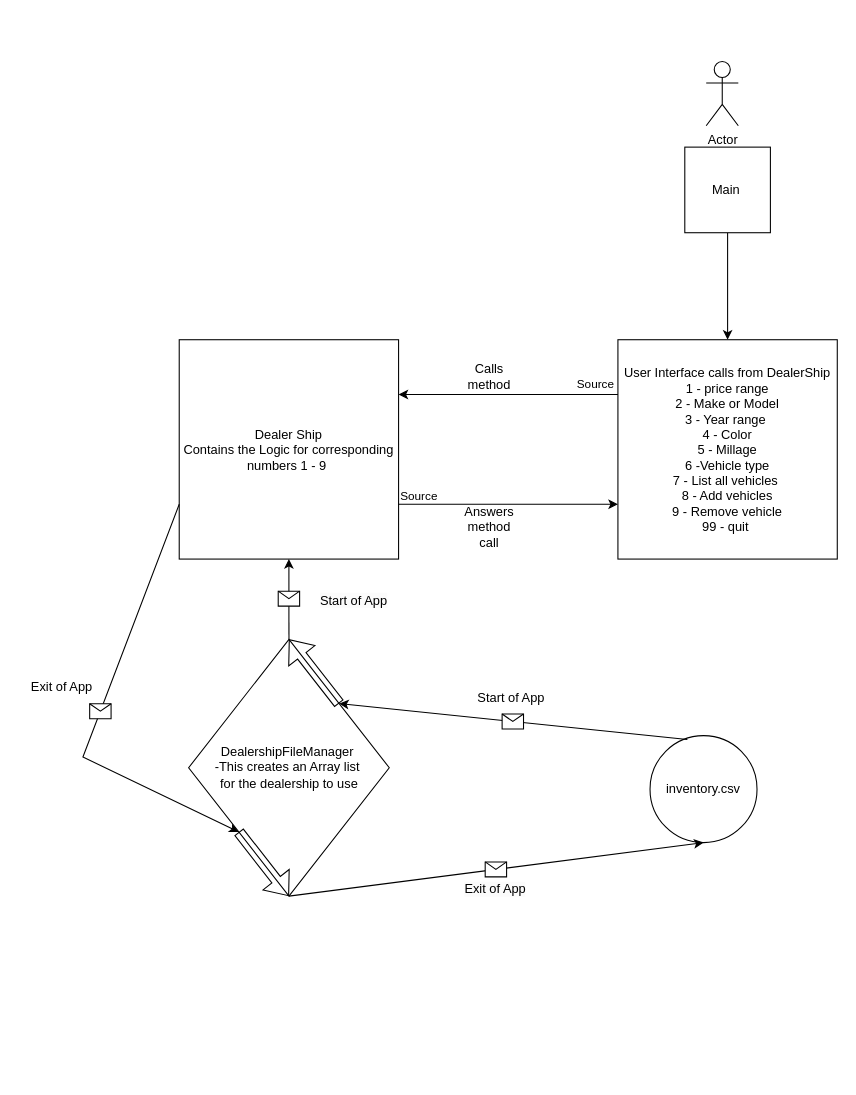
Earlier version of the draw.io diagram Untitled Diagram.drawio (JulianRG4/CarDealerShip). Source tidied: cells renumbered, new cells numbered last; positions are measured from the earlier drawing's top-left corner, leaving out a move shared by most shapes. Both pictures are drawn from the tidied source at 107%, with x=0, y=0 at pixel (18, 61).
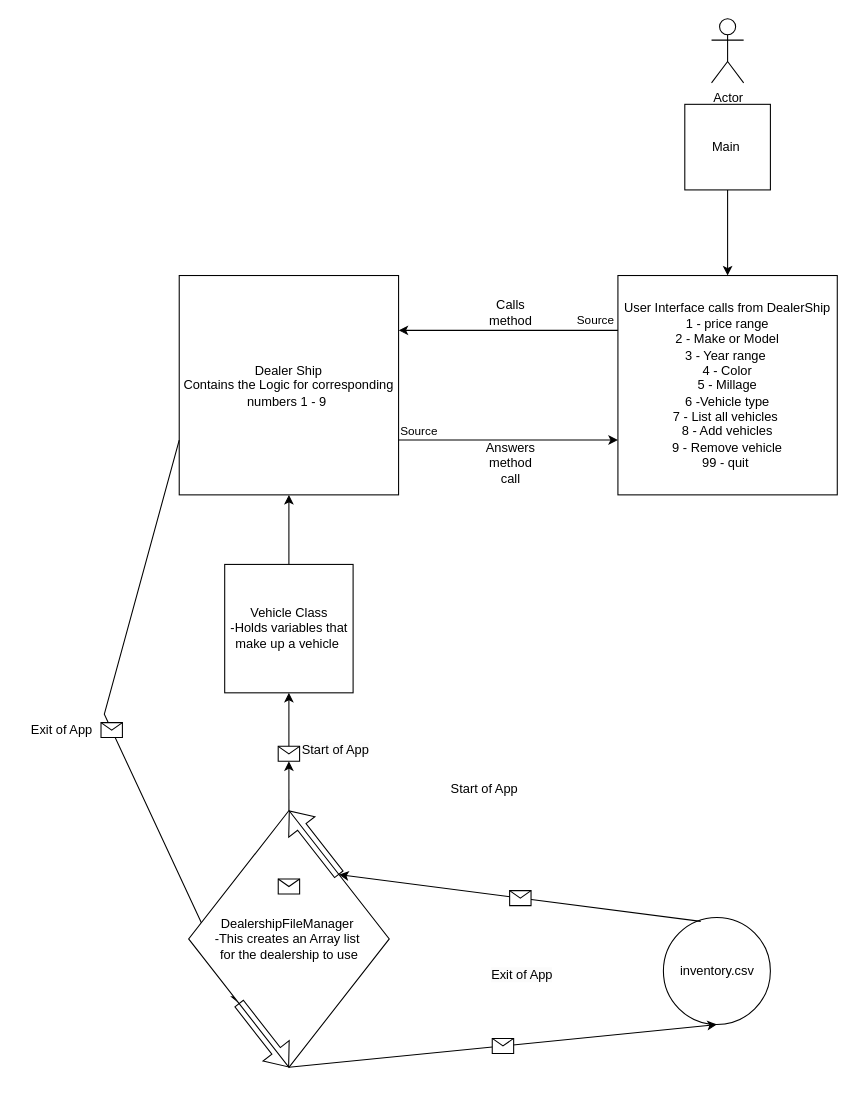
The same diagram, later.

The edit, as a diff of the source:
```diff
@@
     <mxCell id="3" value="Main&amp;nbsp;" style="whiteSpace=wrap;html=1;" parent="1" vertex="1">
-      <mxGeometry x="622.5" y="80" width="80" height="80" as="geometry" />
+      <mxGeometry x="622.5" y="40" width="80" height="80" as="geometry" />
     </mxCell>
     <mxCell id="4" value="User Interface calls from DealerShip&lt;div&gt;&lt;span style=&quot;background-color: initial;&quot;&gt;1 - price range&lt;/span&gt;&lt;div&gt;2 - Make or Model&lt;/div&gt;&lt;div&gt;3 - Year range&amp;nbsp;&lt;/div&gt;&lt;div&gt;4 - Color&lt;/div&gt;&lt;div&gt;5 - Millage&lt;/div&gt;&lt;div&gt;6 -Vehicle type&lt;/div&gt;&lt;div&gt;7 - List all vehicles&amp;nbsp;&lt;/div&gt;&lt;div&gt;8 - Add vehicles&lt;/div&gt;&lt;div&gt;9 - Remove vehicle&lt;/div&gt;&lt;div&gt;99 - quit&amp;nbsp;&lt;/div&gt;&lt;/div&gt;" style="whiteSpace=wrap;html=1;" parent="1" vertex="1">
-      <mxGeometry x="560" y="260" width="205" height="205" as="geometry" />
+      <mxGeometry x="560" y="200" width="205" height="205" as="geometry" />
     </mxCell>
     <mxCell id="5" value="Dealer Ship&lt;div&gt;Contains the Logic for corresponding numbers 1 - 9&amp;nbsp;&lt;/div&gt;" style="whiteSpace=wrap;html=1;" parent="1" vertex="1">
-      <mxGeometry x="150" y="260" width="205" height="205" as="geometry" />
+      <mxGeometry x="150" y="200" width="205" height="205" as="geometry" />
     </mxCell>
     <mxCell id="6" value="Actor" style="shape=umlActor;verticalLabelPosition=bottom;verticalAlign=top;html=1;" parent="1" vertex="1">
-      <mxGeometry x="642.5" width="30" height="60" as="geometry" />
+      <mxGeometry x="647.5" y="-40" width="30" height="60" as="geometry" />
     </mxCell>
@@
     <mxCell id="9" value="Calls method" style="text;html=1;align=center;verticalAlign=middle;whiteSpace=wrap;rounded=0;" parent="1" vertex="1">
-      <mxGeometry x="410" y="280" width="60" height="30" as="geometry" />
+      <mxGeometry x="430" y="220" width="60" height="30" as="geometry" />
     </mxCell>
@@
     <mxCell id="12" value="Answers method call" style="text;html=1;align=center;verticalAlign=middle;whiteSpace=wrap;rounded=0;" parent="1" vertex="1">
-      <mxGeometry x="410" y="420" width="60" height="30" as="geometry" />
+      <mxGeometry x="430" y="360" width="60" height="30" as="geometry" />
     </mxCell>
     <mxCell id="13" value="inventory.csv" style="ellipse;whiteSpace=wrap;html=1;" parent="1" vertex="1">
-      <mxGeometry x="590" y="630" width="100" height="100" as="geometry" />
+      <mxGeometry x="602.5" y="800" width="100" height="100" as="geometry" />
     </mxCell>
@@
-    <mxCell id="16" style="endArrow=classic;html=1;rounded=0;entryX=0.5;entryY=1;entryDx=0;entryDy=0;exitX=0.5;exitY=0;exitDx=0;exitDy=0;" parent="1" edge="1" source="20" target="5">
+    <mxCell id="16" style="endArrow=classic;html=1;rounded=0;exitX=0.5;exitY=0;exitDx=0;exitDy=0;entryX=0.5;entryY=1;entryDx=0;entryDy=0;" parent="1" edge="1" source="33" target="30">
       <mxGeometry relative="1" as="geometry" />
     </mxCell>
-    <mxCell id="17" style="shape=message;html=1;" parent="16" vertex="1">
-      <mxGeometry width="20" height="14" relative="1" as="geometry">
-        <mxPoint x="-10" y="-7" as="offset" />
-      </mxGeometry>
-    </mxCell>
     <mxCell id="18" style="endArrow=classic;html=1;rounded=0;exitX=0;exitY=0.75;exitDx=0;exitDy=0;entryX=0;entryY=1;entryDx=0;entryDy=0;" parent="1" edge="1" source="5" target="20">
       <mxGeometry relative="1" as="geometry">
         <Array as="points">
-          <mxPoint x="60" y="650" />
+          <mxPoint x="80" y="610" />
         </Array>
       </mxGeometry>
     </mxCell>
@@
     <mxCell id="20" value="DealershipFileManager&amp;nbsp;&lt;div&gt;-This creates an Array list&amp;nbsp;&lt;/div&gt;&lt;div&gt;for the dealership to use&lt;/div&gt;" style="rhombus;whiteSpace=wrap;html=1;" parent="1" vertex="1">
-      <mxGeometry x="158.8" y="540" width="187.5" height="240" as="geometry" />
+      <mxGeometry x="158.8" y="700" width="187.5" height="240" as="geometry" />
     </mxCell>
@@
     <mxCell id="25" value="Start of App" style="text;html=1;align=center;verticalAlign=middle;strokeColor=none;fillColor=none;" parent="1" vertex="1">
-      <mxGeometry x="415" y="580" width="90" height="30" as="geometry" />
+      <mxGeometry x="390" y="665" width="90" height="30" as="geometry" />
     </mxCell>
     <mxCell id="26" value="Exit of App" style="text;html=1;align=center;verticalAlign=middle;strokeColor=none;fillColor=none;" parent="1" vertex="1">
-      <mxGeometry y="570" width="80" height="30" as="geometry" />
+      <mxGeometry y="610" width="80" height="30" as="geometry" />
     </mxCell>
     <mxCell id="27" value="&lt;span style=&quot;color: rgb(0, 0, 0); font-family: Helvetica; font-size: 12px; font-style: normal; font-variant-ligatures: normal; font-variant-caps: normal; font-weight: 400; letter-spacing: normal; orphans: 2; text-align: center; text-indent: 0px; text-transform: none; widows: 2; word-spacing: 0px; -webkit-text-stroke-width: 0px; white-space: nowrap; background-color: rgb(251, 251, 251); text-decoration-thickness: initial; text-decoration-style: initial; text-decoration-color: initial; display: inline !important; float: none;&quot;&gt;Exit of App&lt;/span&gt;" style="text;whiteSpace=wrap;html=1;" parent="1" vertex="1">
-      <mxGeometry x="415" y="760" width="90" height="40" as="geometry" />
+      <mxGeometry x="440" y="840" width="90" height="40" as="geometry" />
     </mxCell>
     <mxCell id="28" value="&lt;span style=&quot;color: rgb(0, 0, 0); font-family: Helvetica; font-size: 12px; font-style: normal; font-variant-ligatures: normal; font-variant-caps: normal; font-weight: 400; letter-spacing: normal; orphans: 2; text-align: center; text-indent: 0px; text-transform: none; widows: 2; word-spacing: 0px; -webkit-text-stroke-width: 0px; white-space: nowrap; background-color: rgb(251, 251, 251); text-decoration-thickness: initial; text-decoration-style: initial; text-decoration-color: initial; display: inline !important; float: none;&quot;&gt;Start of App&lt;/span&gt;" style="text;whiteSpace=wrap;html=1;" parent="1" vertex="1">
-      <mxGeometry x="280" y="490" width="100" height="40" as="geometry" />
+      <mxGeometry x="262.5" y="630" width="100" height="40" as="geometry" />
     </mxCell>
+    <mxCell id="29" style="edgeStyle=orthogonalEdgeStyle;rounded=0;jettySize=auto;html=1;entryX=0.5;entryY=1;entryDx=0;entryDy=0;" parent="1" edge="1" source="30" target="5">
+      <mxGeometry relative="1" as="geometry" />
+    </mxCell>
+    <mxCell id="30" value="Vehicle Class&lt;div&gt;-Holds variables that make up a vehicle&amp;nbsp;&lt;/div&gt;" style="whiteSpace=wrap;html=1;" parent="1" vertex="1">
+      <mxGeometry x="192.5" y="470" width="120" height="120" as="geometry" />
+    </mxCell>
+    <mxCell id="31" style="endArrow=classic;html=1;rounded=0;exitX=0.5;exitY=0;exitDx=0;exitDy=0;entryX=0.5;entryY=1;entryDx=0;entryDy=0;" parent="1" edge="1" source="20" target="33">
+      <mxGeometry relative="1" as="geometry" />
+    </mxCell>
+    <mxCell id="32" style="shape=message;html=1;" parent="31" vertex="1">
+      <mxGeometry width="20" height="14" relative="1" as="geometry">
+        <mxPoint x="-10" y="87" as="offset" />
+      </mxGeometry>
+    </mxCell>
+    <mxCell id="33" style="shape=message;html=1;outlineConnect=0;" parent="1" vertex="1">
+      <mxGeometry x="242.5" y="640" width="20" height="14" as="geometry" />
+    </mxCell>
```
